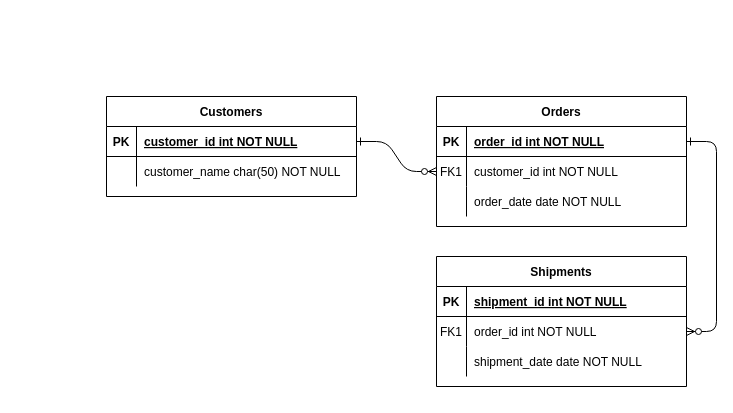
Earlier version of the draw.io diagram Başlıksız Diyagram.drawio (ozkanDemirel/SinavUygulamasiAngular). Source tidied: cells renumbered, new cells numbered last; positions are measured from the earlier drawing's top-left corner, leaving out a move shared by most shapes. Both pictures are drawn from the tidied source at 100%, with x=0, y=0 at pixel (106, 96).
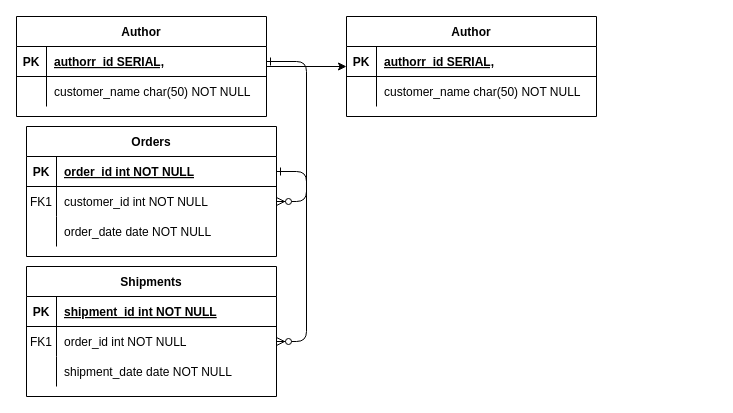
The same page after the edit.

Unchanged cells that the change refers to:
```xml
<mxCell id="25" style="shape=partialRectangle;fillColor=none;points=[[0,0.5],[1,0.5]];portConstraint=eastwest;top=0;left=0;right=0;bottom=1;" parent="24" vertex="1">
  <mxGeometry y="30" width="250" height="30" as="geometry" />
</mxCell>
```

Change to the diagram source:
```diff
@@
     <mxCell id="4" value="Orders" style="shape=table;startSize=30;childLayout=tableLayout;rowLines=0;fontStyle=1;align=center;" parent="1" vertex="1">
-      <mxGeometry x="330" width="250" height="130" as="geometry" />
+      <mxGeometry x="-80" y="30" width="250" height="130" as="geometry" />
     </mxCell>
@@
     <mxCell id="14" value="Shipments" style="shape=table;startSize=30;childLayout=tableLayout;rowLines=0;fontStyle=1;align=center;" parent="1" vertex="1">
-      <mxGeometry x="330" y="160" width="250" height="130" as="geometry" />
+      <mxGeometry x="-80" y="170" width="250" height="130" as="geometry" />
     </mxCell>
@@
+    <mxCell id="31" style="edgeStyle=orthogonalEdgeStyle;rounded=0;jettySize=auto;html=1;" parent="1" edge="1" source="24" target="32">
+      <mxGeometry relative="1" as="geometry" />
+    </mxCell>
-    <mxCell id="24" value="Customers" style="shape=table;startSize=30;childLayout=tableLayout;rowLines=0;fontStyle=1;align=center;" parent="1" vertex="1">
-      <mxGeometry width="250" height="100" as="geometry" />
+    <mxCell id="24" value="Author" style="shape=table;startSize=30;childLayout=tableLayout;rowLines=0;fontStyle=1;align=center;" parent="1" vertex="1">
+      <mxGeometry x="-90" y="-80" width="250" height="100" as="geometry" />
     </mxCell>
@@
-    <mxCell id="27" value="customer_id int NOT NULL " style="shape=partialRectangle;overflow=hidden;fillColor=none;top=0;left=0;bottom=0;right=0;align=left;spacingLeft=6;fontStyle=5;" parent="25" vertex="1">
+    <mxCell id="27" value="authorr_id SERIAL," style="shape=partialRectangle;overflow=hidden;fillColor=none;top=0;left=0;bottom=0;right=0;align=left;spacingLeft=6;fontStyle=5;" parent="25" vertex="1">
       <mxGeometry x="30" width="220" height="30" as="geometry" />
     </mxCell>
@@
+    <mxCell id="32" value="Author" style="shape=table;startSize=30;childLayout=tableLayout;rowLines=0;fontStyle=1;align=center;" parent="1" vertex="1">
+      <mxGeometry x="240" y="-80" width="250" height="100" as="geometry" />
+    </mxCell>
+    <mxCell id="33" style="shape=partialRectangle;fillColor=none;top=0;left=0;right=0;bottom=1;" parent="32" vertex="1">
+      <mxGeometry y="30" width="250" height="30" as="geometry" />
+    </mxCell>
+    <mxCell id="34" value="PK" style="shape=partialRectangle;overflow=hidden;fillColor=none;top=0;left=0;bottom=0;right=0;fontStyle=1;" parent="33" vertex="1">
+      <mxGeometry width="30" height="30" as="geometry" />
+    </mxCell>
+    <mxCell id="35" value="authorr_id SERIAL," style="shape=partialRectangle;overflow=hidden;fillColor=none;top=0;left=0;bottom=0;right=0;align=left;spacingLeft=6;fontStyle=5;" parent="33" vertex="1">
+      <mxGeometry x="30" width="220" height="30" as="geometry" />
+    </mxCell>
+    <mxCell id="36" style="shape=partialRectangle;fillColor=none;top=0;left=0;right=0;bottom=0;" parent="32" vertex="1">
+      <mxGeometry y="60" width="250" height="30" as="geometry" />
+    </mxCell>
+    <mxCell id="37" style="shape=partialRectangle;overflow=hidden;fillColor=none;top=0;left=0;bottom=0;right=0;" parent="36" vertex="1">
+      <mxGeometry width="30" height="30" as="geometry" />
+    </mxCell>
+    <mxCell id="38" value="customer_name char(50) NOT NULL" style="shape=partialRectangle;overflow=hidden;fillColor=none;top=0;left=0;bottom=0;right=0;align=left;spacingLeft=6;" parent="36" vertex="1">
+      <mxGeometry x="30" width="220" height="30" as="geometry" />
+    </mxCell>
```
